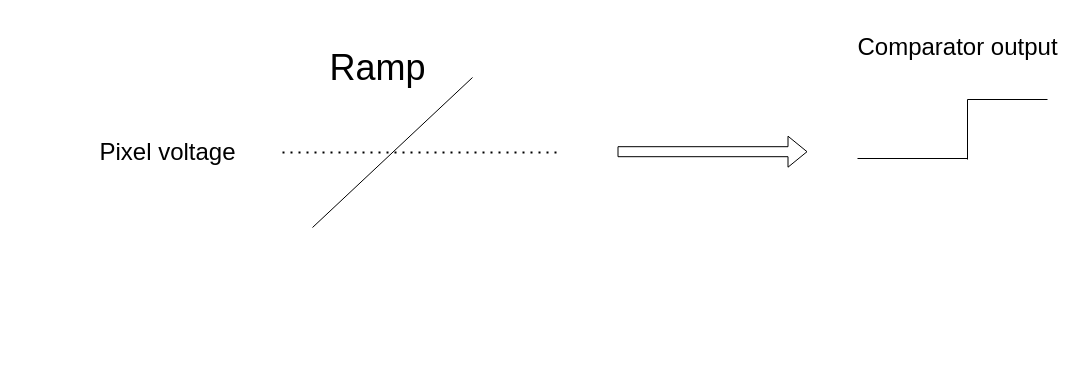
Earlier version of the draw.io diagram Diagrams/step2.drawio (sabarioded/Patterns_Project). Source tidied: cells renumbered, new cells numbered last; positions are measured from the earlier drawing's top-left corner, leaving out a move shared by most shapes. Both pictures are drawn from the tidied source at 100%, with x=0, y=0 at pixel (87, 27).
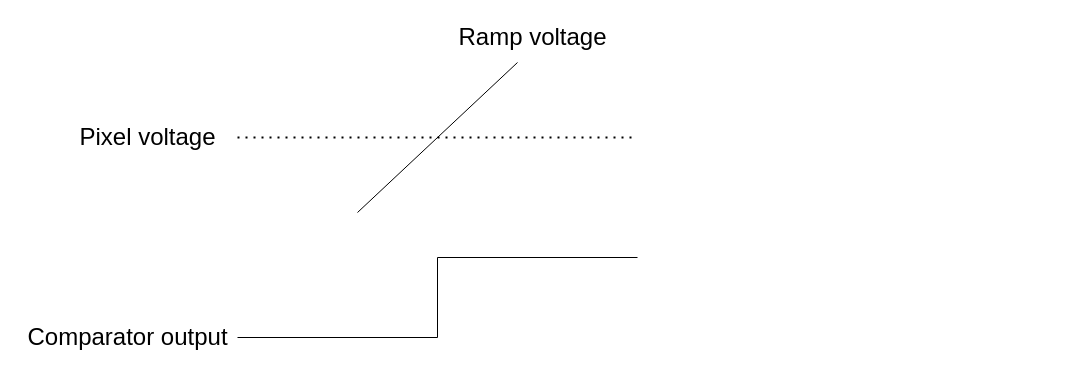
Above is the later version.

Diff of the diagram source:
```diff
@@
 <mxGraphModel>
   <root>
     <mxCell id="0" />
     <mxCell id="1" parent="0" />
     <mxCell id="2" style="endArrow=none;html=1;rounded=0;" parent="1" edge="1">
       <mxGeometry relative="1" as="geometry">
-        <mxPoint x="225" y="200" as="sourcePoint" />
-        <mxPoint x="385" y="50" as="targetPoint" />
+        <mxPoint x="270" y="185" as="sourcePoint" />
+        <mxPoint x="430" y="35" as="targetPoint" />
       </mxGeometry>
     </mxCell>
     <mxCell id="3" value="&lt;font style=&quot;font-size: 24px;&quot;&gt;Pixel voltage&lt;/font&gt;" style="text;html=1;align=center;verticalAlign=middle;strokeColor=none;fillColor=none;" parent="1" vertex="1">
-      <mxGeometry y="105" width="160" height="40" as="geometry" />
+      <mxGeometry x="-20" y="90" width="160" height="40" as="geometry" />
     </mxCell>
-    <mxCell id="4" style="endArrow=none;html=1;rounded=0;" parent="1" edge="1">
-      <mxGeometry relative="1" as="geometry">
-        <mxPoint x="770" y="131" as="sourcePoint" />
-        <mxPoint x="880" y="131" as="targetPoint" />
-      </mxGeometry>
-    </mxCell>
-    <mxCell id="5" style="endArrow=none;html=1;rounded=0;" parent="1" edge="1">
-      <mxGeometry relative="1" as="geometry">
-        <mxPoint x="880" y="132" as="sourcePoint" />
-        <mxPoint x="880" y="72" as="targetPoint" />
-      </mxGeometry>
-    </mxCell>
-    <mxCell id="6" style="endArrow=none;html=1;rounded=0;" parent="1" edge="1">
-      <mxGeometry relative="1" as="geometry">
-        <mxPoint x="880" y="72" as="sourcePoint" />
-        <mxPoint x="960" y="72" as="targetPoint" />
-      </mxGeometry>
-    </mxCell>
-    <mxCell id="7" value="&lt;font style=&quot;font-size: 36px;&quot;&gt;Ramp&lt;/font&gt;" style="text;html=1;align=center;verticalAlign=middle;strokeColor=none;fillColor=none;" parent="1" vertex="1">
-      <mxGeometry x="230" y="10" width="120" height="60" as="geometry" />
-    </mxCell>
     <mxCell id="8" style="endArrow=none;dashed=1;html=1;dashPattern=1 3;strokeWidth=2;rounded=0;" parent="1" edge="1">
       <mxGeometry relative="1" as="geometry">
-        <mxPoint x="195" y="125" as="sourcePoint" />
-        <mxPoint x="475" y="125" as="targetPoint" />
+        <mxPoint x="150" y="110" as="sourcePoint" />
+        <mxPoint x="550" y="110" as="targetPoint" />
       </mxGeometry>
     </mxCell>
-    <mxCell id="9" style="shape=flexArrow;endArrow=classic;html=1;rounded=0;" parent="1" edge="1">
-      <mxGeometry relative="1" as="geometry">
-        <mxPoint x="530" y="124.2" as="sourcePoint" />
-        <mxPoint x="720" y="124.2" as="targetPoint" />
-      </mxGeometry>
-    </mxCell>
+    <mxCell id="11" style="endArrow=none;html=1;rounded=0;" parent="1" edge="1">
+      <mxGeometry relative="1" as="geometry">
+        <mxPoint x="150" y="310" as="sourcePoint" />
+        <mxPoint x="350" y="310" as="targetPoint" />
+      </mxGeometry>
+    </mxCell>
+    <mxCell id="12" style="endArrow=none;html=1;rounded=0;" parent="1" edge="1">
+      <mxGeometry relative="1" as="geometry">
+        <mxPoint x="350" y="230" as="sourcePoint" />
+        <mxPoint x="550" y="230" as="targetPoint" />
+      </mxGeometry>
+    </mxCell>
+    <mxCell id="13" style="endArrow=none;html=1;rounded=0;" parent="1" edge="1">
+      <mxGeometry relative="1" as="geometry">
+        <mxPoint x="350" y="310" as="sourcePoint" />
+        <mxPoint x="350" y="230" as="targetPoint" />
+      </mxGeometry>
+    </mxCell>
     <mxCell id="10" value="&lt;font style=&quot;font-size: 24px;&quot;&gt;Comparator output&lt;/font&gt;" style="text;html=1;align=center;verticalAlign=middle;strokeColor=none;fillColor=none;" parent="1" vertex="1">
-      <mxGeometry x="760" width="220" height="40" as="geometry" />
+      <mxGeometry x="-70" y="290" width="220" height="40" as="geometry" />
     </mxCell>
+    <mxCell id="14" value="&lt;font style=&quot;font-size: 24px;&quot;&gt;Ramp voltage&lt;/font&gt;" style="text;html=1;align=center;verticalAlign=middle;strokeColor=none;fillColor=none;" parent="1" vertex="1">
+      <mxGeometry x="360" y="-10" width="170" height="40" as="geometry" />
+    </mxCell>
   </root>
 </mxGraphModel>
```
